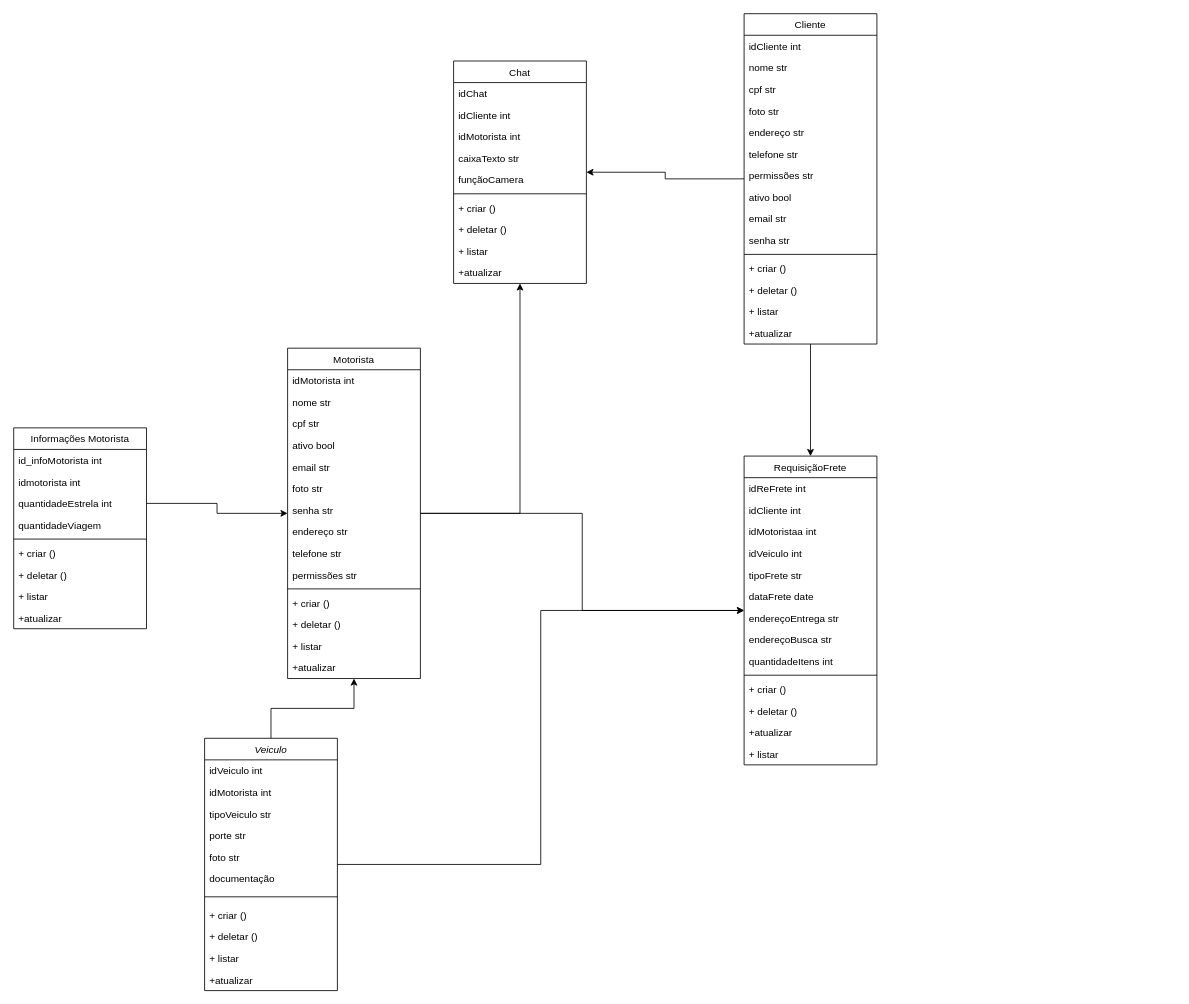
This is Startup.drawio from Chibilski/analisesProjeto, a draw.io file, before an edit. Source tidied: cells renumbered, new cells numbered last; positions are measured from the earlier drawing's top-left corner, leaving out a move shared by most shapes. Both pictures are drawn from the tidied source at 83%, with x=0, y=0 at pixel (13, 13).
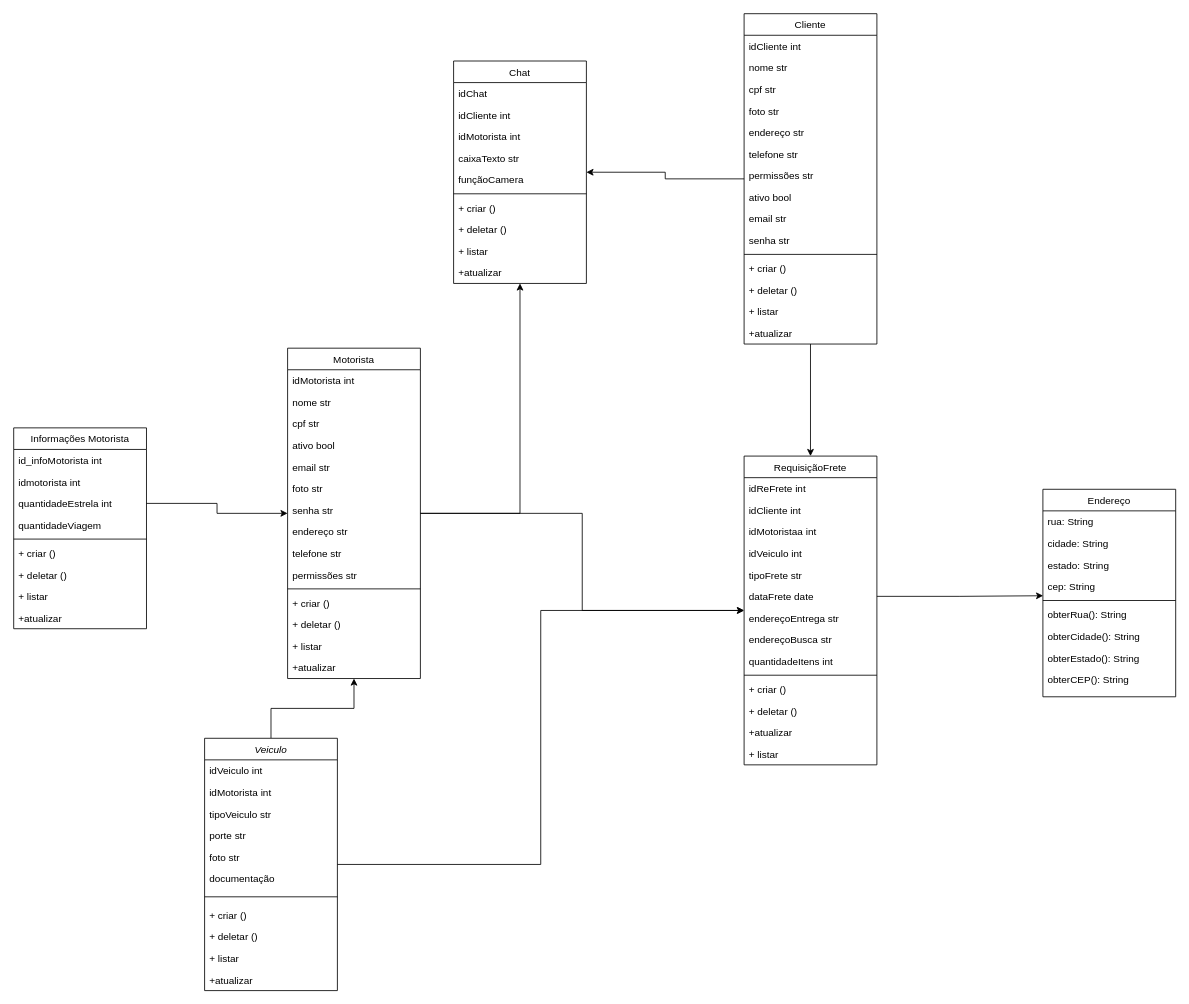
After the change.

The change refers to these unchanged cells:
```xml
<mxCell id="68" value="dataFrete date" style="text;align=left;verticalAlign=top;spacingLeft=4;spacingRight=4;overflow=hidden;points=[[0,0.5],[1,0.5]];portConstraint=eastwest;rounded=0;shadow=0;html=0;" parent="62" vertex="1">
  <mxGeometry y="156" width="160" height="26" as="geometry" />
</mxCell>
```

Change to the diagram source:
```diff
@@
+    <mxCell id="89" value="Endereço" style="swimlane;fontStyle=0;align=center;verticalAlign=top;horizontal=1;startSize=26;rounded=0;shadow=0;strokeWidth=1;" parent="1" vertex="1">
+      <mxGeometry x="1240" y="573" width="160" height="250" as="geometry" />
+    </mxCell>
+    <mxCell id="90" value="rua: String" style="text;align=left;verticalAlign=top;spacingLeft=4;spacingRight=4;overflow=hidden;fontStyle=0;" parent="89" vertex="1">
+      <mxGeometry y="26" width="160" height="26" as="geometry" />
+    </mxCell>
+    <mxCell id="91" value="cidade: String " style="text;align=left;verticalAlign=top;spacingLeft=4;spacingRight=4;overflow=hidden;rounded=0;shadow=0;html=0;fontStyle=0;" parent="89" vertex="1">
+      <mxGeometry y="52" width="160" height="26" as="geometry" />
+    </mxCell>
+    <mxCell id="92" value="estado: String " style="text;align=left;verticalAlign=top;spacingLeft=4;spacingRight=4;overflow=hidden;rounded=0;shadow=0;html=0;fontStyle=0;" parent="89" vertex="1">
+      <mxGeometry y="78" width="160" height="26" as="geometry" />
+    </mxCell>
+    <mxCell id="93" value="cep: String    " style="text;align=left;verticalAlign=top;spacingLeft=4;spacingRight=4;overflow=hidden;points=[[0,0.5],[1,0.5]];portConstraint=eastwest;rounded=0;shadow=0;html=0;fontStyle=0;" parent="89" vertex="1">
+      <mxGeometry y="104" width="160" height="26" as="geometry" />
+    </mxCell>
+    <mxCell id="94" style="line;html=1;strokeWidth=1;align=left;verticalAlign=middle;spacingTop=-1;spacingLeft=3;spacingRight=3;labelPosition=right;" parent="89" vertex="1">
+      <mxGeometry y="130" width="160" height="8" as="geometry" />
+    </mxCell>
+    <mxCell id="95" value="obterRua(): String " style="text;align=left;verticalAlign=top;spacingLeft=4;spacingRight=4;overflow=hidden;rounded=0;shadow=0;html=0;fontStyle=0;" parent="89" vertex="1">
+      <mxGeometry y="138" width="160" height="26" as="geometry" />
+    </mxCell>
+    <mxCell id="96" value="obterCidade(): String" style="text;align=left;verticalAlign=top;spacingLeft=4;spacingRight=4;overflow=hidden;rounded=0;shadow=0;html=0;" parent="89" vertex="1">
+      <mxGeometry y="164" width="160" height="26" as="geometry" />
+    </mxCell>
+    <mxCell id="97" value="obterEstado(): String" style="text;align=left;verticalAlign=top;spacingLeft=4;spacingRight=4;overflow=hidden;rounded=0;shadow=0;html=0;" parent="89" vertex="1">
+      <mxGeometry y="190" width="160" height="26" as="geometry" />
+    </mxCell>
+    <mxCell id="98" value="obterCEP(): String" style="text;align=left;verticalAlign=top;spacingLeft=4;spacingRight=4;overflow=hidden;rounded=0;shadow=0;html=0;" parent="89" vertex="1">
+      <mxGeometry y="216" width="160" height="26" as="geometry" />
+    </mxCell>
+    <mxCell id="99" style="edgeStyle=orthogonalEdgeStyle;rounded=0;jettySize=auto;html=1;entryX=0.002;entryY=0.933;entryDx=0;entryDy=0;entryPerimeter=0;" parent="1" edge="1" source="68" target="93">
+      <mxGeometry relative="1" as="geometry" />
+    </mxCell>
```
